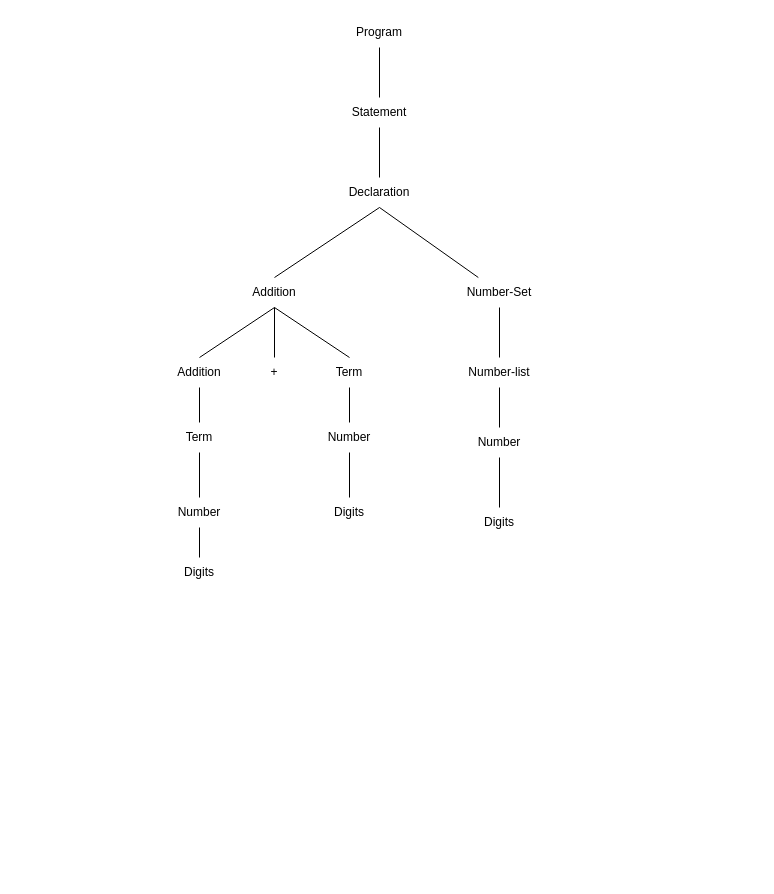
Earlier version of the draw.io diagram BNF parse tree.drawio (RisingSatalite/SAIT-Advance-Group-6--Concepts-Syntax-and-Lexical). Source tidied: cells renumbered, new cells numbered last; positions are measured from the earlier drawing's top-left corner, leaving out a move shared by most shapes. Both pictures are drawn from the tidied source at 100%, with x=0, y=0 at pixel (169, 17).
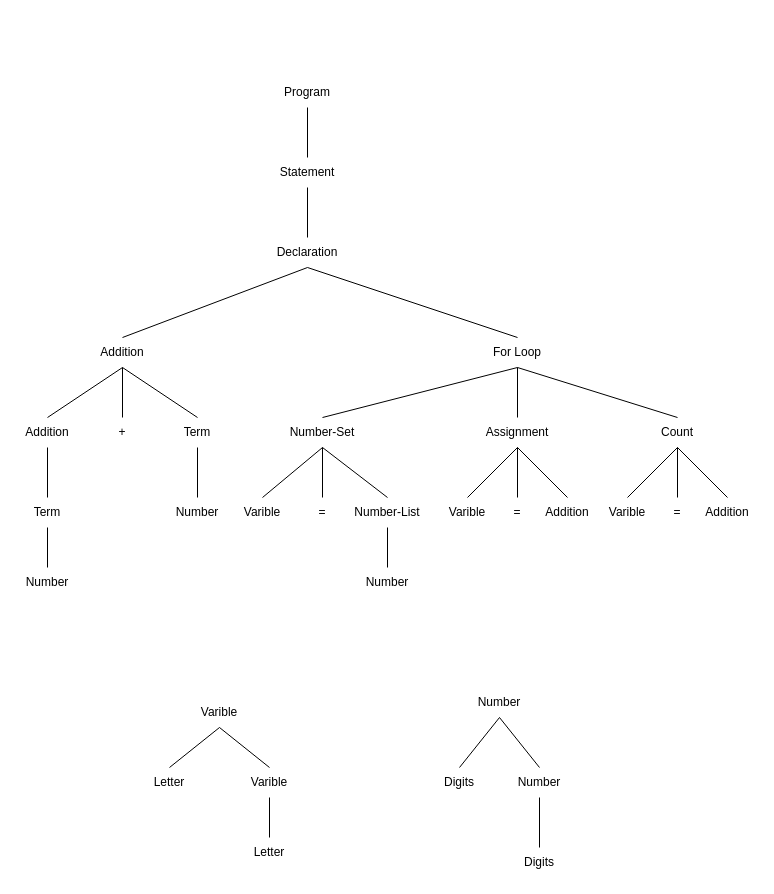
The same diagram, later.

Commit message (it also covers changes not shown here):
better tree and ebnf

Change to the diagram source:
```diff
@@
     <mxCell id="2" value="Addition" style="text;html=1;align=center;verticalAlign=middle;whiteSpace=wrap;rounded=0;" parent="1" vertex="1">
-      <mxGeometry x="75" y="260" width="60" height="30" as="geometry" />
+      <mxGeometry x="-77" y="320" width="60" height="30" as="geometry" />
     </mxCell>
     <mxCell id="3" value="Declaration" style="text;html=1;align=center;verticalAlign=middle;whiteSpace=wrap;rounded=0;" parent="1" vertex="1">
-      <mxGeometry x="180" y="160" width="60" height="30" as="geometry" />
+      <mxGeometry x="108" y="220" width="60" height="30" as="geometry" />
     </mxCell>
     <mxCell id="4" value="Number-Set" style="text;html=1;align=center;verticalAlign=middle;whiteSpace=wrap;rounded=0;" parent="1" vertex="1">
-      <mxGeometry x="290" y="260" width="80" height="30" as="geometry" />
+      <mxGeometry x="113" y="400" width="80" height="30" as="geometry" />
     </mxCell>
-    <mxCell id="5" value="Number-list" style="text;html=1;align=center;verticalAlign=middle;whiteSpace=wrap;rounded=0;" parent="1" vertex="1">
-      <mxGeometry x="295" y="340" width="70" height="30" as="geometry" />
+    <mxCell id="5" value="Number-List" style="text;html=1;align=center;verticalAlign=middle;whiteSpace=wrap;rounded=0;" parent="1" vertex="1">
+      <mxGeometry x="183" y="480" width="70" height="30" as="geometry" />
     </mxCell>
     <mxCell id="6" value="Number" style="text;html=1;align=center;verticalAlign=middle;whiteSpace=wrap;rounded=0;" parent="1" vertex="1">
-      <mxGeometry x="300" y="410" width="60" height="30" as="geometry" />
+      <mxGeometry x="188" y="550" width="60" height="30" as="geometry" />
     </mxCell>
-    <mxCell id="7" value="Digits" style="text;html=1;align=center;verticalAlign=middle;whiteSpace=wrap;rounded=0;" parent="1" vertex="1">
-      <mxGeometry x="300" y="490" width="60" height="30" as="geometry" />
-    </mxCell>
-    <mxCell id="8" style="endArrow=none;html=1;rounded=0;entryX=0.5;entryY=1;entryDx=0;entryDy=0;exitX=0.5;exitY=0;exitDx=0;exitDy=0;" parent="1" edge="1" source="7" target="6">
-      <mxGeometry relative="1" as="geometry" />
-    </mxCell>
-    <mxCell id="9" style="endArrow=none;html=1;rounded=0;entryX=0.5;entryY=1;entryDx=0;entryDy=0;" parent="1" edge="1" source="4" target="3">
+    <mxCell id="9" style="endArrow=none;html=1;rounded=0;entryX=0.5;entryY=1;entryDx=0;entryDy=0;exitX=0.5;exitY=0;exitDx=0;exitDy=0;" parent="1" edge="1" source="58" target="3">
       <mxGeometry relative="1" as="geometry" />
     </mxCell>
@@
     <mxCell id="12" value="+" style="text;html=1;align=center;verticalAlign=middle;whiteSpace=wrap;rounded=0;" parent="1" vertex="1">
-      <mxGeometry x="75" y="340" width="60" height="30" as="geometry" />
+      <mxGeometry x="-77" y="400" width="60" height="30" as="geometry" />
     </mxCell>
@@
     <mxCell id="14" value="Number" style="text;html=1;align=center;verticalAlign=middle;whiteSpace=wrap;rounded=0;" parent="1" vertex="1">
-      <mxGeometry y="480" width="60" height="30" as="geometry" />
+      <mxGeometry x="-152" y="550" width="60" height="30" as="geometry" />
     </mxCell>
-    <mxCell id="15" value="Digits" style="text;html=1;align=center;verticalAlign=middle;whiteSpace=wrap;rounded=0;" parent="1" vertex="1">
-      <mxGeometry y="540" width="60" height="30" as="geometry" />
-    </mxCell>
-    <mxCell id="16" style="endArrow=none;html=1;rounded=0;entryX=0.5;entryY=1;entryDx=0;entryDy=0;exitX=0.5;exitY=0;exitDx=0;exitDy=0;" parent="1" edge="1" source="15" target="14">
-      <mxGeometry relative="1" as="geometry" />
-    </mxCell>
     <mxCell id="17" value="Number" style="text;html=1;align=center;verticalAlign=middle;whiteSpace=wrap;rounded=0;" parent="1" vertex="1">
-      <mxGeometry x="150" y="405" width="60" height="30" as="geometry" />
+      <mxGeometry x="-2" y="480" width="60" height="30" as="geometry" />
     </mxCell>
-    <mxCell id="18" value="Digits" style="text;html=1;align=center;verticalAlign=middle;whiteSpace=wrap;rounded=0;" parent="1" vertex="1">
-      <mxGeometry x="150" y="480" width="60" height="30" as="geometry" />
-    </mxCell>
-    <mxCell id="19" style="endArrow=none;html=1;rounded=0;entryX=0.5;entryY=1;entryDx=0;entryDy=0;exitX=0.5;exitY=0;exitDx=0;exitDy=0;" parent="1" edge="1" source="18" target="17">
-      <mxGeometry relative="1" as="geometry" />
-    </mxCell>
     <mxCell id="20" value="Addition" style="text;html=1;align=center;verticalAlign=middle;whiteSpace=wrap;rounded=0;" parent="1" vertex="1">
-      <mxGeometry y="340" width="60" height="30" as="geometry" />
+      <mxGeometry x="-152" y="400" width="60" height="30" as="geometry" />
     </mxCell>
@@
     <mxCell id="24" value="Term" style="text;html=1;align=center;verticalAlign=middle;whiteSpace=wrap;rounded=0;" parent="1" vertex="1">
-      <mxGeometry y="405" width="60" height="30" as="geometry" />
+      <mxGeometry x="-152" y="480" width="60" height="30" as="geometry" />
     </mxCell>
@@
     <mxCell id="26" value="Term" style="text;html=1;align=center;verticalAlign=middle;whiteSpace=wrap;rounded=0;" parent="1" vertex="1">
-      <mxGeometry x="150" y="340" width="60" height="30" as="geometry" />
+      <mxGeometry x="-2" y="400" width="60" height="30" as="geometry" />
     </mxCell>
@@
     <mxCell id="28" value="Program" style="text;html=1;align=center;verticalAlign=middle;whiteSpace=wrap;rounded=0;" parent="1" vertex="1">
-      <mxGeometry x="180" width="60" height="30" as="geometry" />
+      <mxGeometry x="108" y="60" width="60" height="30" as="geometry" />
     </mxCell>
     <mxCell id="29" value="Statement" style="text;html=1;align=center;verticalAlign=middle;whiteSpace=wrap;rounded=0;" parent="1" vertex="1">
-      <mxGeometry x="180" y="80" width="60" height="30" as="geometry" />
+      <mxGeometry x="108" y="140" width="60" height="30" as="geometry" />
     </mxCell>
@@
+    <mxCell id="33" value="Assignment" style="text;html=1;align=center;verticalAlign=middle;whiteSpace=wrap;rounded=0;" parent="1" vertex="1">
+      <mxGeometry x="318" y="400" width="60" height="30" as="geometry" />
+    </mxCell>
+    <mxCell id="34" value="Count" style="text;html=1;align=center;verticalAlign=middle;whiteSpace=wrap;rounded=0;" parent="1" vertex="1">
+      <mxGeometry x="478" y="400" width="60" height="30" as="geometry" />
+    </mxCell>
+    <mxCell id="35" value="Varible" style="text;html=1;align=center;verticalAlign=middle;whiteSpace=wrap;rounded=0;" parent="1" vertex="1">
+      <mxGeometry x="20" y="680" width="60" height="30" as="geometry" />
+    </mxCell>
+    <mxCell id="36" value="Letter" style="text;html=1;align=center;verticalAlign=middle;whiteSpace=wrap;rounded=0;" parent="1" vertex="1">
+      <mxGeometry x="-30" y="750" width="60" height="30" as="geometry" />
+    </mxCell>
+    <mxCell id="37" value="Varible" style="text;html=1;align=center;verticalAlign=middle;whiteSpace=wrap;rounded=0;" parent="1" vertex="1">
+      <mxGeometry x="70" y="750" width="60" height="30" as="geometry" />
+    </mxCell>
+    <mxCell id="38" value="Letter" style="text;html=1;align=center;verticalAlign=middle;whiteSpace=wrap;rounded=0;" parent="1" vertex="1">
+      <mxGeometry x="70" y="820" width="60" height="30" as="geometry" />
+    </mxCell>
+    <mxCell id="39" style="endArrow=none;html=1;rounded=0;entryX=0.5;entryY=1;entryDx=0;entryDy=0;exitX=0.5;exitY=0;exitDx=0;exitDy=0;" parent="1" edge="1" source="37" target="35">
+      <mxGeometry relative="1" as="geometry" />
+    </mxCell>
+    <mxCell id="40" style="endArrow=none;html=1;rounded=0;entryX=0.5;entryY=1;entryDx=0;entryDy=0;exitX=0.5;exitY=0;exitDx=0;exitDy=0;" parent="1" edge="1" source="36" target="35">
+      <mxGeometry relative="1" as="geometry" />
+    </mxCell>
+    <mxCell id="41" style="endArrow=none;html=1;rounded=0;entryX=0.5;entryY=1;entryDx=0;entryDy=0;exitX=0.5;exitY=0;exitDx=0;exitDy=0;" parent="1" edge="1" source="38" target="37">
+      <mxGeometry relative="1" as="geometry" />
+    </mxCell>
+    <mxCell id="42" value="Varible" style="text;html=1;align=center;verticalAlign=middle;whiteSpace=wrap;rounded=0;" parent="1" vertex="1">
+      <mxGeometry x="268" y="480" width="60" height="30" as="geometry" />
+    </mxCell>
+    <mxCell id="43" style="endArrow=none;html=1;rounded=0;entryX=0.5;entryY=1;entryDx=0;entryDy=0;exitX=0.5;exitY=0;exitDx=0;exitDy=0;" parent="1" edge="1" source="42" target="33">
+      <mxGeometry relative="1" as="geometry" />
+    </mxCell>
+    <mxCell id="44" value="=" style="text;html=1;align=center;verticalAlign=middle;whiteSpace=wrap;rounded=0;" parent="1" vertex="1">
+      <mxGeometry x="318" y="480" width="60" height="30" as="geometry" />
+    </mxCell>
+    <mxCell id="45" value="Addition" style="text;html=1;align=center;verticalAlign=middle;whiteSpace=wrap;rounded=0;" parent="1" vertex="1">
+      <mxGeometry x="368" y="480" width="60" height="30" as="geometry" />
+    </mxCell>
+    <mxCell id="46" style="endArrow=none;html=1;rounded=0;entryX=0.5;entryY=1;entryDx=0;entryDy=0;exitX=0.5;exitY=0;exitDx=0;exitDy=0;" parent="1" edge="1" source="44" target="33">
+      <mxGeometry relative="1" as="geometry" />
+    </mxCell>
+    <mxCell id="47" style="endArrow=none;html=1;rounded=0;entryX=0.5;entryY=1;entryDx=0;entryDy=0;exitX=0.5;exitY=0;exitDx=0;exitDy=0;" parent="1" edge="1" source="45" target="33">
+      <mxGeometry relative="1" as="geometry" />
+    </mxCell>
+    <mxCell id="48" value="Varible" style="text;html=1;align=center;verticalAlign=middle;whiteSpace=wrap;rounded=0;" parent="1" vertex="1">
+      <mxGeometry x="63" y="480" width="60" height="30" as="geometry" />
+    </mxCell>
+    <mxCell id="49" value="=" style="text;html=1;align=center;verticalAlign=middle;whiteSpace=wrap;rounded=0;" parent="1" vertex="1">
+      <mxGeometry x="123" y="480" width="60" height="30" as="geometry" />
+    </mxCell>
+    <mxCell id="50" style="endArrow=none;html=1;rounded=0;entryX=0.5;entryY=1;entryDx=0;entryDy=0;exitX=0.5;exitY=0;exitDx=0;exitDy=0;" parent="1" edge="1" source="48" target="4">
+      <mxGeometry relative="1" as="geometry" />
+    </mxCell>
+    <mxCell id="51" style="endArrow=none;html=1;rounded=0;entryX=0.5;entryY=1;entryDx=0;entryDy=0;exitX=0.5;exitY=0;exitDx=0;exitDy=0;" parent="1" edge="1" source="49" target="4">
+      <mxGeometry relative="1" as="geometry" />
+    </mxCell>
+    <mxCell id="52" value="Varible" style="text;html=1;align=center;verticalAlign=middle;whiteSpace=wrap;rounded=0;" parent="1" vertex="1">
+      <mxGeometry x="428" y="480" width="60" height="30" as="geometry" />
+    </mxCell>
+    <mxCell id="53" style="endArrow=none;html=1;rounded=0;entryX=0.5;entryY=1;entryDx=0;entryDy=0;exitX=0.5;exitY=0;exitDx=0;exitDy=0;" parent="1" edge="1" source="52" target="34">
+      <mxGeometry relative="1" as="geometry" />
+    </mxCell>
+    <mxCell id="54" value="=" style="text;html=1;align=center;verticalAlign=middle;whiteSpace=wrap;rounded=0;" parent="1" vertex="1">
+      <mxGeometry x="478" y="480" width="60" height="30" as="geometry" />
+    </mxCell>
+    <mxCell id="55" value="Addition" style="text;html=1;align=center;verticalAlign=middle;whiteSpace=wrap;rounded=0;" parent="1" vertex="1">
+      <mxGeometry x="528" y="480" width="60" height="30" as="geometry" />
+    </mxCell>
+    <mxCell id="56" style="endArrow=none;html=1;rounded=0;entryX=0.5;entryY=1;entryDx=0;entryDy=0;exitX=0.5;exitY=0;exitDx=0;exitDy=0;" parent="1" edge="1" source="54" target="34">
+      <mxGeometry relative="1" as="geometry" />
+    </mxCell>
+    <mxCell id="57" style="endArrow=none;html=1;rounded=0;exitX=0.5;exitY=0;exitDx=0;exitDy=0;entryX=0.5;entryY=1;entryDx=0;entryDy=0;" parent="1" edge="1" source="55" target="34">
+      <mxGeometry relative="1" as="geometry" />
+    </mxCell>
+    <mxCell id="58" value="For Loop" style="text;html=1;align=center;verticalAlign=middle;whiteSpace=wrap;rounded=0;" parent="1" vertex="1">
+      <mxGeometry x="318" y="320" width="60" height="30" as="geometry" />
+    </mxCell>
+    <mxCell id="59" style="endArrow=none;html=1;rounded=0;exitX=0.5;exitY=0;exitDx=0;exitDy=0;entryX=0.5;entryY=1;entryDx=0;entryDy=0;" parent="1" edge="1" source="4" target="58">
+      <mxGeometry relative="1" as="geometry" />
+    </mxCell>
+    <mxCell id="60" style="endArrow=none;html=1;rounded=0;entryX=0.5;entryY=1;entryDx=0;entryDy=0;exitX=0.5;exitY=0;exitDx=0;exitDy=0;" parent="1" edge="1" source="33" target="58">
+      <mxGeometry relative="1" as="geometry" />
+    </mxCell>
+    <mxCell id="61" style="endArrow=none;html=1;rounded=0;entryX=0.5;entryY=1;entryDx=0;entryDy=0;exitX=0.5;exitY=0;exitDx=0;exitDy=0;" parent="1" edge="1" source="34" target="58">
+      <mxGeometry relative="1" as="geometry" />
+    </mxCell>
+    <mxCell id="62" value="Number" style="text;html=1;align=center;verticalAlign=middle;whiteSpace=wrap;rounded=0;" parent="1" vertex="1">
+      <mxGeometry x="300" y="670" width="60" height="30" as="geometry" />
+    </mxCell>
+    <mxCell id="63" value="Digits" style="text;html=1;align=center;verticalAlign=middle;whiteSpace=wrap;rounded=0;" parent="1" vertex="1">
+      <mxGeometry x="260" y="750" width="60" height="30" as="geometry" />
+    </mxCell>
+    <mxCell id="64" style="endArrow=none;html=1;rounded=0;entryX=0.5;entryY=1;entryDx=0;entryDy=0;exitX=0.5;exitY=0;exitDx=0;exitDy=0;" parent="1" edge="1" source="63" target="62">
+      <mxGeometry relative="1" as="geometry" />
+    </mxCell>
+    <mxCell id="65" value="Number" style="text;html=1;align=center;verticalAlign=middle;whiteSpace=wrap;rounded=0;" parent="1" vertex="1">
+      <mxGeometry x="340" y="750" width="60" height="30" as="geometry" />
+    </mxCell>
+    <mxCell id="66" value="Digits" style="text;html=1;align=center;verticalAlign=middle;whiteSpace=wrap;rounded=0;" parent="1" vertex="1">
+      <mxGeometry x="340" y="830" width="60" height="30" as="geometry" />
+    </mxCell>
+    <mxCell id="67" style="endArrow=none;html=1;rounded=0;entryX=0.5;entryY=1;entryDx=0;entryDy=0;exitX=0.5;exitY=0;exitDx=0;exitDy=0;" parent="1" edge="1" source="66" target="65">
+      <mxGeometry relative="1" as="geometry" />
+    </mxCell>
+    <mxCell id="68" style="endArrow=none;html=1;rounded=0;entryX=0.5;entryY=1;entryDx=0;entryDy=0;exitX=0.5;exitY=0;exitDx=0;exitDy=0;" parent="1" edge="1" source="65" target="62">
+      <mxGeometry relative="1" as="geometry" />
+    </mxCell>
```
